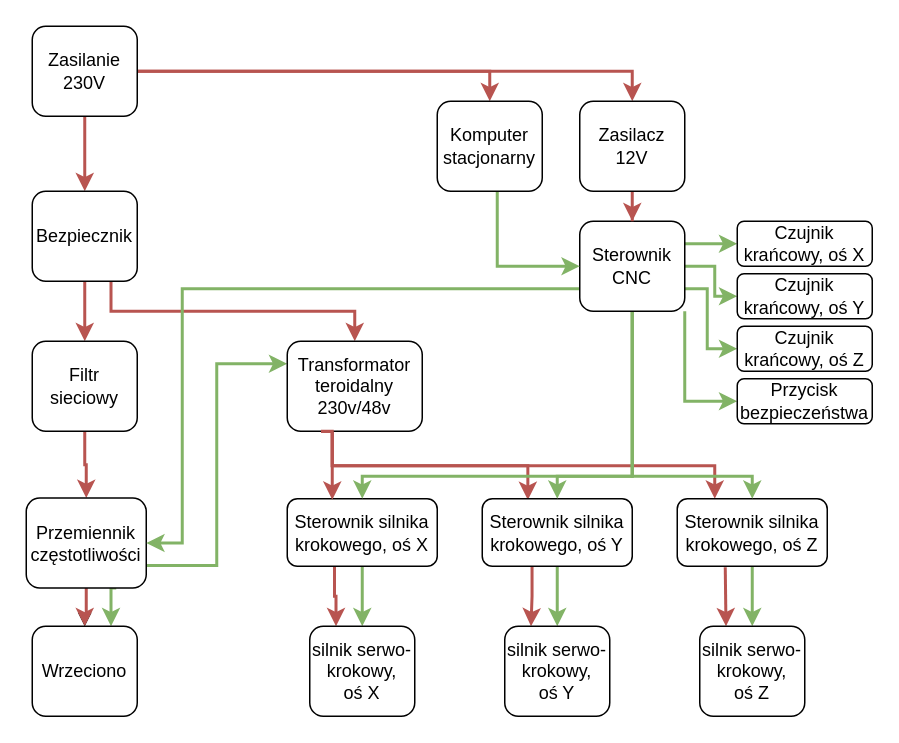
Above: pod_ele2.drawio in TheKureq/TheKureq (draw.io), before the change. Source tidied: cells renumbered, new cells numbered last; positions are measured from the earlier drawing's top-left corner, leaving out a move shared by most shapes. Both pictures are drawn from the tidied source at 150%, with x=0, y=0 at pixel (26, 26).
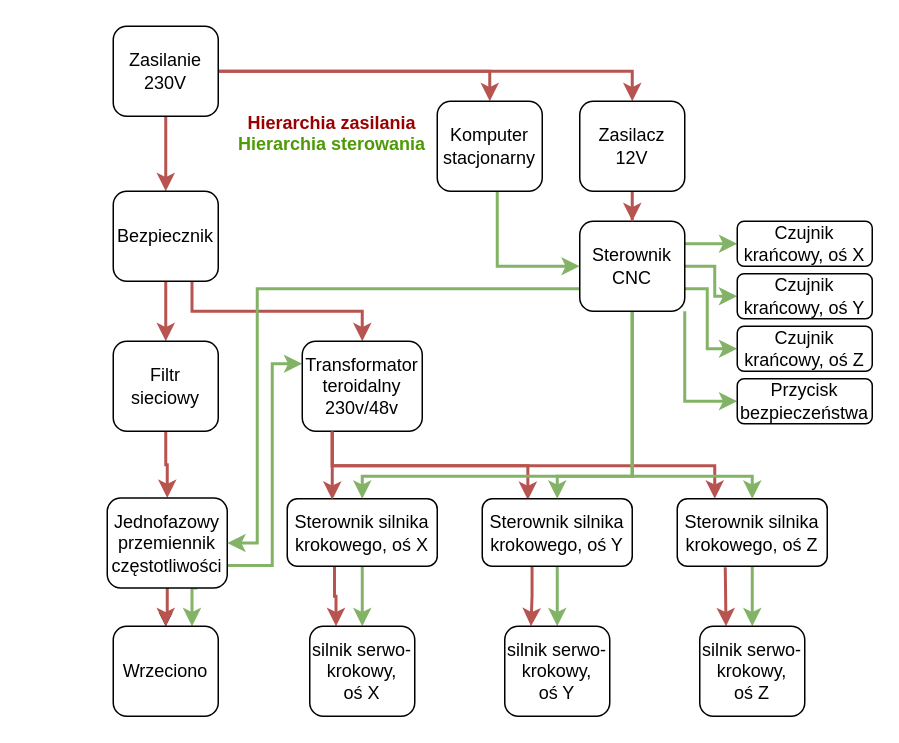
After the change.

Unchanged cells that the change refers to:
```xml
<mxCell id="40" value="Sterownik CNC" style="rounded=1;whiteSpace=wrap;html=1;" parent="1" vertex="1">
  <mxGeometry x="369" y="130" width="70" height="60" as="geometry" />
</mxCell>
```

The edit, as a diff of the source:
```diff
@@
     <mxCell id="5" value="Zasilanie 230V" style="rounded=1;whiteSpace=wrap;html=1;" parent="1" vertex="1">
-      <mxGeometry x="4" width="70" height="60" as="geometry" />
+      <mxGeometry x="58" width="70" height="60" as="geometry" />
     </mxCell>
@@
     <mxCell id="8" value="Bezpiecznik" style="rounded=1;whiteSpace=wrap;html=1;" parent="1" vertex="1">
-      <mxGeometry x="4" y="110" width="70" height="60" as="geometry" />
+      <mxGeometry x="58" y="110" width="70" height="60" as="geometry" />
     </mxCell>
@@
     <mxCell id="10" value="Filtr sieciowy" style="rounded=1;whiteSpace=wrap;html=1;" parent="1" vertex="1">
-      <mxGeometry x="4" y="210" width="70" height="60" as="geometry" />
+      <mxGeometry x="58" y="210" width="70" height="60" as="geometry" />
     </mxCell>
@@
     <mxCell id="14" style="edgeStyle=orthogonalEdgeStyle;rounded=0;jettySize=auto;html=1;exitX=1;exitY=0.75;exitDx=0;exitDy=0;entryX=0;entryY=0.25;entryDx=0;entryDy=0;fillColor=#d5e8d4;strokeColor=#82b366;strokeWidth=2;" parent="1" edge="1" source="15" target="19">
-      <mxGeometry relative="1" as="geometry" />
+      <mxGeometry relative="1" as="geometry">
+        <Array as="points">
+          <mxPoint x="164" y="359" />
+          <mxPoint x="164" y="225" />
+        </Array>
+      </mxGeometry>
     </mxCell>
-    <mxCell id="15" value="Przemiennik częstotliwości" style="rounded=1;whiteSpace=wrap;html=1;" parent="1" vertex="1">
-      <mxGeometry y="314.5" width="80" height="60" as="geometry" />
+    <mxCell id="15" value="Jednofazowy&lt;br&gt;przemiennik częstotliwości" style="rounded=1;whiteSpace=wrap;html=1;" parent="1" vertex="1">
+      <mxGeometry x="54" y="314.5" width="80" height="60" as="geometry" />
     </mxCell>
     <mxCell id="16" value="Wrzeciono" style="rounded=1;whiteSpace=wrap;html=1;" parent="1" vertex="1">
-      <mxGeometry x="4" y="400" width="70" height="60" as="geometry" />
+      <mxGeometry x="58" y="400" width="70" height="60" as="geometry" />
     </mxCell>
@@
     <mxCell id="19" value="Transformator teroidalny&lt;br&gt;230v/48v" style="rounded=1;whiteSpace=wrap;html=1;" parent="1" vertex="1">
-      <mxGeometry x="174" y="210" width="90" height="60" as="geometry" />
+      <mxGeometry x="184" y="210" width="80" height="60" as="geometry" />
     </mxCell>
@@
     <mxCell id="35" style="edgeStyle=orthogonalEdgeStyle;rounded=0;jettySize=auto;html=1;exitX=0;exitY=0.75;exitDx=0;exitDy=0;entryX=1;entryY=0.5;entryDx=0;entryDy=0;fillColor=#d5e8d4;strokeColor=#82b366;strokeWidth=2;" parent="1" edge="1" source="40" target="15">
       <mxGeometry relative="1" as="geometry">
         <Array as="points">
-          <mxPoint x="104" y="175" />
-          <mxPoint x="104" y="345" />
+          <mxPoint x="154" y="175" />
+          <mxPoint x="154" y="345" />
         </Array>
       </mxGeometry>
     </mxCell>
@@
+    <mxCell id="50" value="Hierarchia zasilania" style="text;html=1;strokeColor=none;fillColor=none;align=center;verticalAlign=middle;whiteSpace=wrap;rounded=0;fontColor=#990000;fontStyle=1;" parent="1" vertex="1">
+      <mxGeometry x="144" y="50" width="120" height="30" as="geometry" />
+    </mxCell>
+    <mxCell id="51" value="Hierarchia sterowania" style="text;html=1;strokeColor=none;fillColor=none;align=center;verticalAlign=middle;whiteSpace=wrap;rounded=0;fontColor=#4e9a06;fontStyle=1;" parent="1" vertex="1">
+      <mxGeometry x="134" y="64" width="140" height="30" as="geometry" />
+    </mxCell>
```
